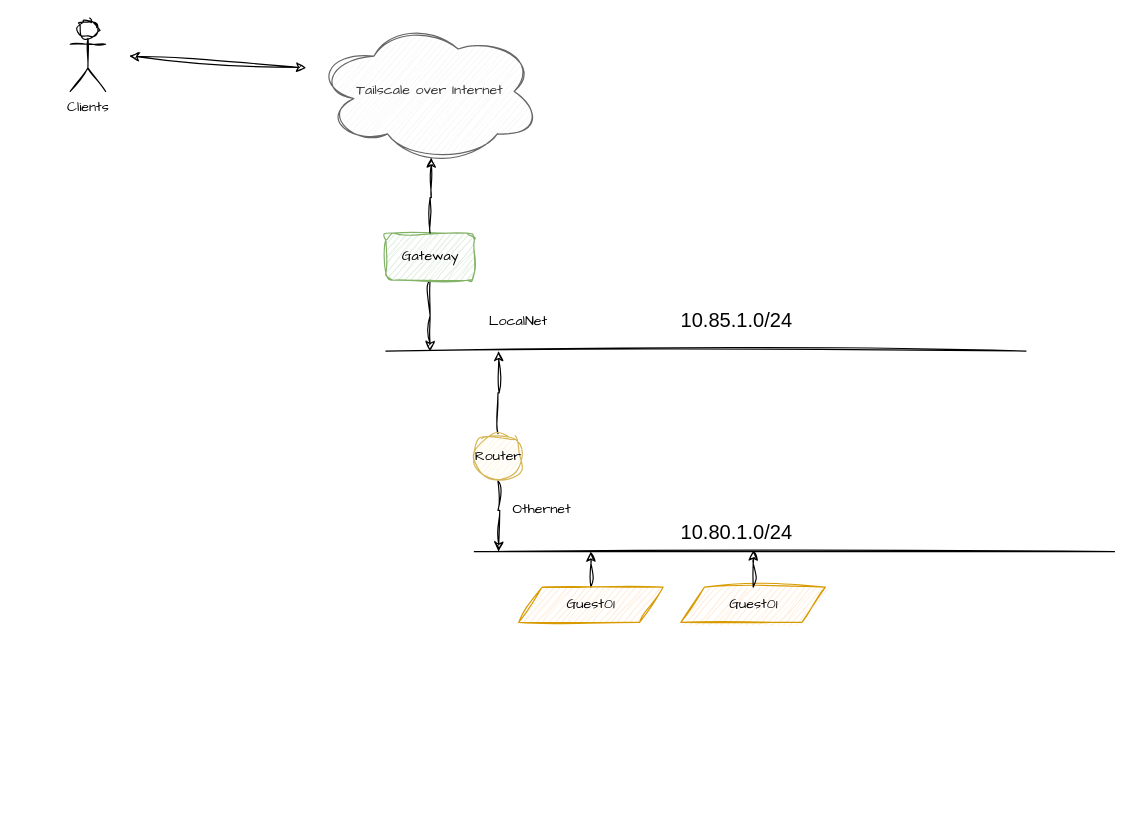
Above: page "Page-3" (3 of 3) of misc/proxmox24.drawio in pitimon/xOps2024 (draw.io), before the change. Source tidied: cells renumbered, new cells numbered last; positions are measured from the earlier drawing's top-left corner, leaving out a move shared by most shapes. Both pictures are drawn from the tidied source at 118%, with x=0, y=0 at pixel (70, 20).
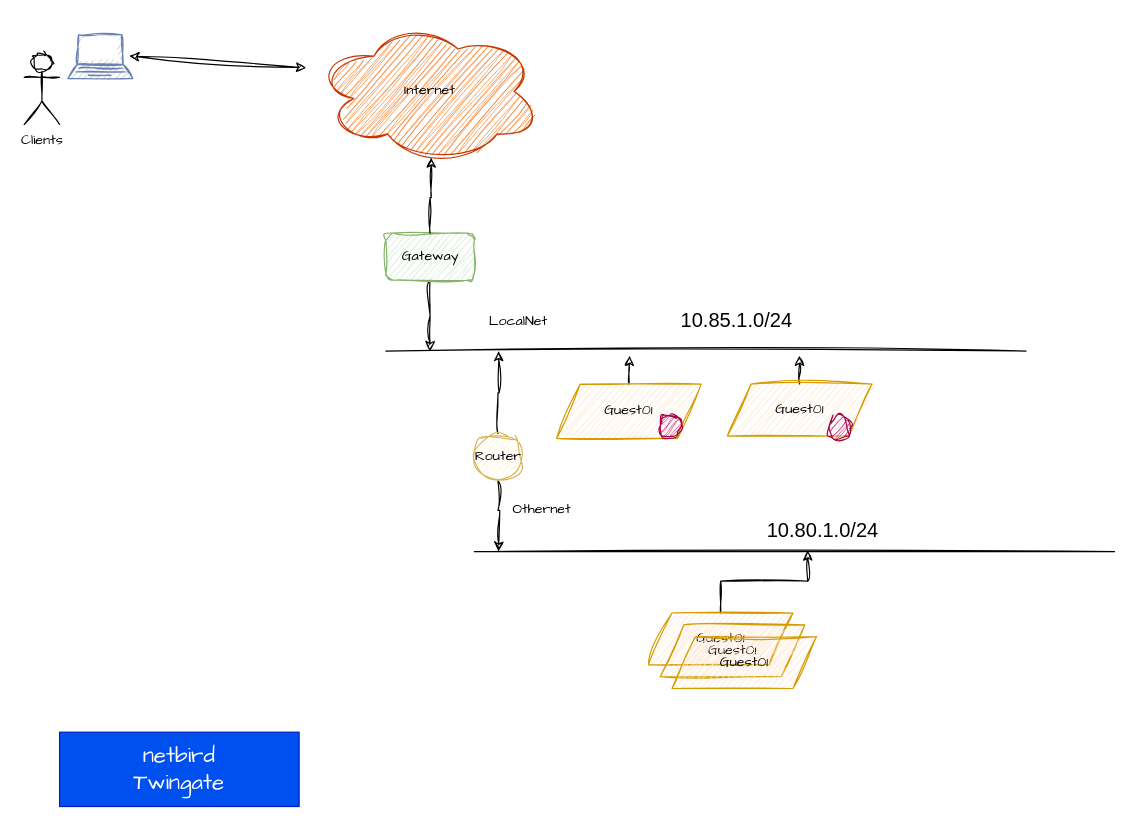
Above is the later version.

Diff of the diagram source:
```diff
@@
-    <mxCell id="2" value="Tailscale over Internet" style="ellipse;shape=cloud;whiteSpace=wrap;html=1;sketch=1;hachureGap=4;jiggle=2;curveFitting=1;fontFamily=Architects Daughter;fillColor=#f5f5f5;fontColor=#333333;strokeColor=#666666;" parent="1" vertex="1">
+    <mxCell id="2" value="Internet" style="ellipse;shape=cloud;whiteSpace=wrap;html=1;sketch=1;hachureGap=4;jiggle=2;curveFitting=1;fontFamily=Architects Daughter;fillColor=#fa6800;fontColor=#000000;strokeColor=#C73500;" parent="1" vertex="1">
       <mxGeometry x="210" width="190" height="120" as="geometry" />
     </mxCell>
     <mxCell id="3" value="Clients" style="shape=umlActor;verticalLabelPosition=bottom;verticalAlign=top;html=1;sketch=1;hachureGap=4;jiggle=2;curveFitting=1;fontFamily=Architects Daughter;" parent="1" vertex="1">
-      <mxGeometry width="30" height="60" as="geometry" />
+      <mxGeometry x="-39" y="28" width="30" height="60" as="geometry" />
     </mxCell>
@@
     <mxCell id="15" value="10.80.1.0/24" style="text;html=1;align=center;verticalAlign=middle;whiteSpace=wrap;rounded=0;fontFamily=Helvetica;fontSize=17;" parent="1" vertex="1">
-      <mxGeometry x="490" y="420" width="150" height="30" as="geometry" />
+      <mxGeometry x="563" y="418" width="150" height="30" as="geometry" />
     </mxCell>
@@
-    <mxCell id="17" style="edgeStyle=orthogonalEdgeStyle;rounded=0;sketch=1;hachureGap=4;jiggle=2;curveFitting=1;jettySize=auto;html=1;fontFamily=Architects Daughter;" parent="1" edge="1" source="18">
-      <mxGeometry relative="1" as="geometry">
-        <mxPoint x="441.2" y="450" as="targetPoint" />
-      </mxGeometry>
-    </mxCell>
+    <mxCell id="21" style="edgeStyle=orthogonalEdgeStyle;rounded=0;sketch=1;hachureGap=4;jiggle=2;curveFitting=1;jettySize=auto;html=1;exitX=0.5;exitY=0;exitDx=0;exitDy=0;fontFamily=Architects Daughter;" parent="1" edge="1" source="18">
+      <mxGeometry relative="1" as="geometry">
+        <mxPoint x="474" y="284" as="targetPoint" />
+      </mxGeometry>
+    </mxCell>
     <mxCell id="18" value="Guest01" style="shape=parallelogram;perimeter=parallelogramPerimeter;whiteSpace=wrap;html=1;fixedSize=1;sketch=1;hachureGap=4;jiggle=2;curveFitting=1;fontFamily=Architects Daughter;fillColor=#ffe6cc;strokeColor=#d79b00;" parent="1" vertex="1">
-      <mxGeometry x="380" y="480" width="122.5" height="30" as="geometry" />
+      <mxGeometry x="412.2" y="308" width="122.5" height="46" as="geometry" />
     </mxCell>
+    <mxCell id="22" style="edgeStyle=orthogonalEdgeStyle;rounded=0;sketch=1;hachureGap=4;jiggle=2;curveFitting=1;jettySize=auto;html=1;exitX=0.5;exitY=0;exitDx=0;exitDy=0;fontFamily=Architects Daughter;entryX=0.413;entryY=1.033;entryDx=0;entryDy=0;entryPerimeter=0;" parent="1" edge="1" source="23" target="15">
+      <mxGeometry relative="1" as="geometry" />
+    </mxCell>
+    <mxCell id="23" value="Guest01" style="shape=parallelogram;perimeter=parallelogramPerimeter;whiteSpace=wrap;html=1;fixedSize=1;sketch=1;hachureGap=4;jiggle=2;curveFitting=1;fontFamily=Architects Daughter;fillColor=#ffe6cc;strokeColor=#d79b00;" parent="1" vertex="1">
+      <mxGeometry x="490" y="502" width="122.5" height="44" as="geometry" />
+    </mxCell>
+    <mxCell id="24" value="Guest01" style="shape=parallelogram;perimeter=parallelogramPerimeter;whiteSpace=wrap;html=1;fixedSize=1;sketch=1;hachureGap=4;jiggle=2;curveFitting=1;fontFamily=Architects Daughter;fillColor=#ffe6cc;strokeColor=#d79b00;" parent="1" vertex="1">
+      <mxGeometry x="500" y="512" width="122.5" height="44" as="geometry" />
+    </mxCell>
+    <mxCell id="25" value="Guest01" style="shape=parallelogram;perimeter=parallelogramPerimeter;whiteSpace=wrap;html=1;fixedSize=1;sketch=1;hachureGap=4;jiggle=2;curveFitting=1;fontFamily=Architects Daughter;fillColor=#ffe6cc;strokeColor=#d79b00;" parent="1" vertex="1">
+      <mxGeometry x="510" y="522" width="122.5" height="44" as="geometry" />
+    </mxCell>
+    <mxCell id="26" style="ellipse;whiteSpace=wrap;html=1;sketch=1;hachureGap=4;jiggle=2;curveFitting=1;fontFamily=Architects Daughter;fillColor=#d80073;strokeColor=#A50040;fontColor=#ffffff;" parent="1" vertex="1">
+      <mxGeometry x="498.5" y="335" width="19" height="19" as="geometry" />
+    </mxCell>
+    <mxCell id="27" value="&lt;div style=&quot;font-size: 19px;&quot;&gt;netbird&lt;/div&gt;Twingate" style="text;html=1;align=center;verticalAlign=middle;whiteSpace=wrap;rounded=0;fontFamily=Architects Daughter;fillColor=#0050ef;strokeColor=#001DBC;fontSize=19;fontColor=#ffffff;" parent="1" vertex="1">
+      <mxGeometry x="-9" y="603" width="203" height="63" as="geometry" />
+    </mxCell>
+    <mxCell id="28" style="fontColor=#0066CC;verticalAlign=top;verticalLabelPosition=bottom;labelPosition=center;align=center;html=1;fillColor=#CCCCCC;strokeColor=#6881B3;gradientColor=none;gradientDirection=north;strokeWidth=2;shape=mxgraph.networks.laptop;sketch=1;hachureGap=4;jiggle=2;curveFitting=1;fontFamily=Architects Daughter;" parent="1" vertex="1">
+      <mxGeometry x="-2" y="12" width="55" height="37" as="geometry" />
+    </mxCell>
+    <mxCell id="29" style="group;" parent="1" vertex="1">
+      <mxGeometry x="557" y="308" width="122.5" height="46.5" as="geometry" />
+    </mxCell>
+    <mxCell id="30" style="edgeStyle=orthogonalEdgeStyle;rounded=0;sketch=1;hachureGap=4;jiggle=2;curveFitting=1;jettySize=auto;html=1;exitX=0.5;exitY=0;exitDx=0;exitDy=0;fontFamily=Architects Daughter;" parent="29" edge="1" source="19">
+      <mxGeometry relative="1" as="geometry">
+        <mxPoint x="61" y="-24" as="targetPoint" />
+      </mxGeometry>
+    </mxCell>
-    <mxCell id="19" value="Guest01" style="shape=parallelogram;perimeter=parallelogramPerimeter;whiteSpace=wrap;html=1;fixedSize=1;sketch=1;hachureGap=4;jiggle=2;curveFitting=1;fontFamily=Architects Daughter;fillColor=#ffe6cc;strokeColor=#d79b00;" parent="1" vertex="1">
-      <mxGeometry x="517.5" y="480" width="122.5" height="30" as="geometry" />
+    <mxCell id="19" value="Guest01" style="shape=parallelogram;perimeter=parallelogramPerimeter;whiteSpace=wrap;html=1;fixedSize=1;sketch=1;hachureGap=4;jiggle=2;curveFitting=1;fontFamily=Architects Daughter;fillColor=#ffe6cc;strokeColor=#d79b00;" parent="29" vertex="1">
+      <mxGeometry width="122.5" height="44" as="geometry" />
     </mxCell>
-    <mxCell id="20" style="edgeStyle=orthogonalEdgeStyle;rounded=0;sketch=1;hachureGap=4;jiggle=2;curveFitting=1;jettySize=auto;html=1;entryX=0.593;entryY=0.967;entryDx=0;entryDy=0;entryPerimeter=0;fontFamily=Architects Daughter;" parent="1" edge="1" source="19" target="15">
-      <mxGeometry relative="1" as="geometry" />
-    </mxCell>
+    <mxCell id="31" style="ellipse;whiteSpace=wrap;html=1;sketch=1;hachureGap=4;jiggle=2;curveFitting=1;fontFamily=Architects Daughter;fillColor=#d80073;strokeColor=#A50040;fontColor=#ffffff;" parent="29" vertex="1">
+      <mxGeometry x="85.5" y="27.5" width="19" height="19" as="geometry" />
+    </mxCell>
```
